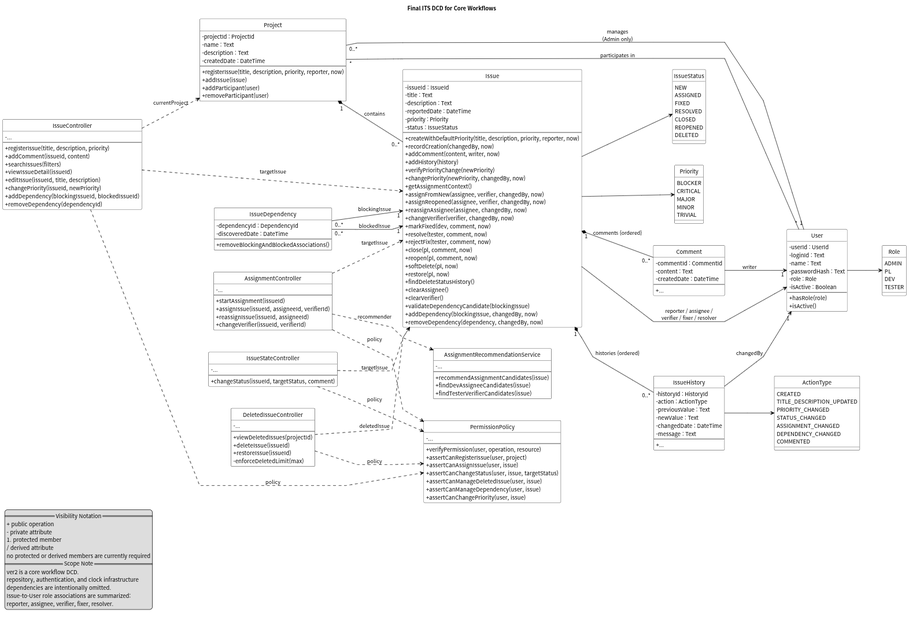
The PlantUML diagram docs/dcd/its_dcd_ver2.png in marcellokim/se-issue-tracker, before a commit. Its source is kept beside it as docs/dcd/its_dcd_ver2.puml.
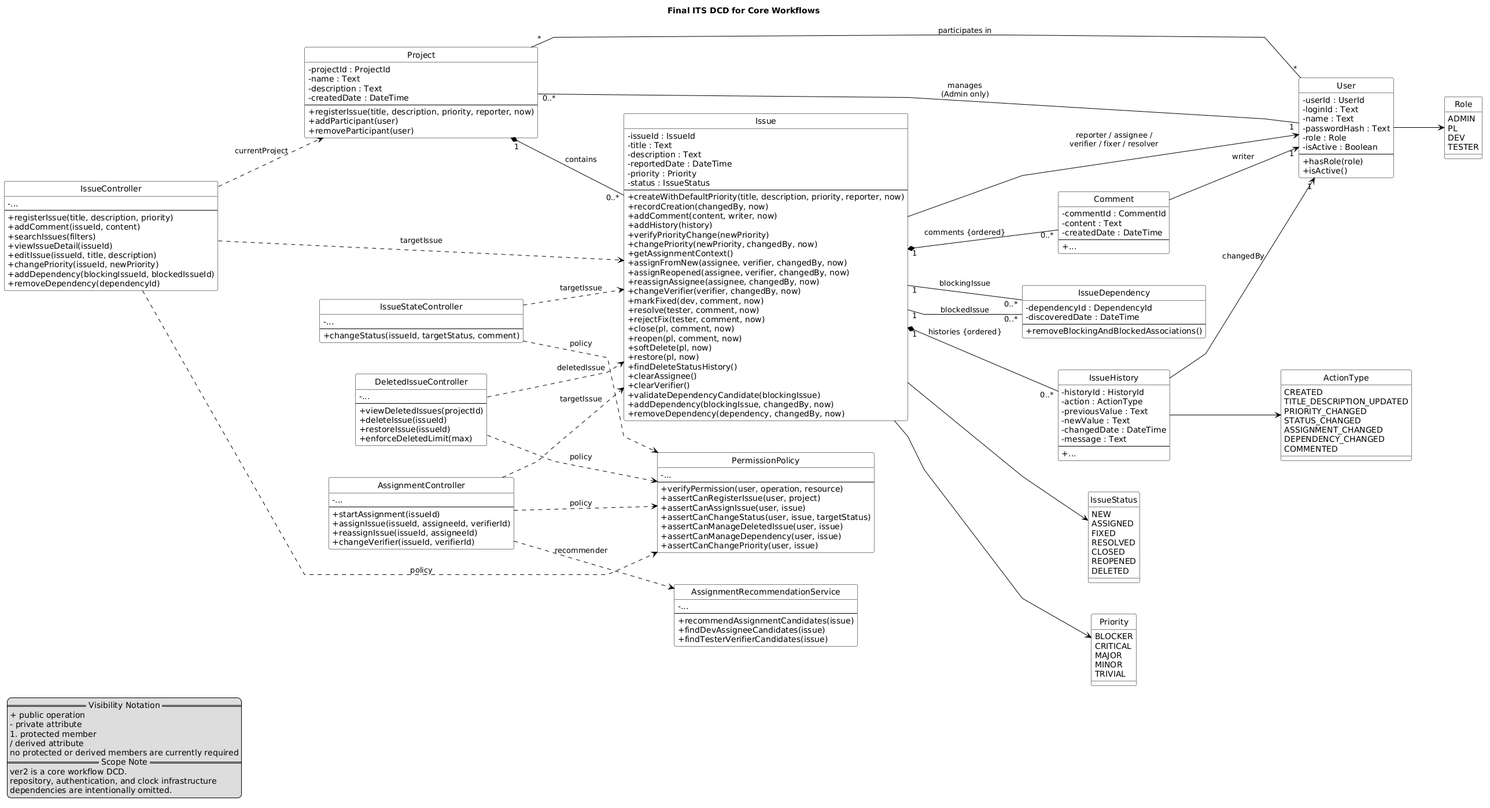
The same file after the commit.

Commit message:
[feature] #16 완료 / [docs] DCD 수정(Project deletion / project-issue cascade)

What changed in the source:
```diff
@@ -29,8 +29,6 @@
   ver2 is a core workflow DCD.
   repository, authentication, and clock infrastructure
   dependencies are intentionally omitted.
-  Issue-to-User role associations are summarized:
-  reporter, assignee, verifier, fixer, resolver.
 endlegend
 
 class Project {
@@ -40,7 +38,6 @@
   - createdDate : DateTime
   --
   + registerIssue(title, description, priority, reporter, now)
-  + addIssue(issue)
   + addParticipant(user)
   + removeParticipant(user)
 }
@@ -79,7 +76,7 @@
   + viewDeletedIssues(projectId)
   + deleteIssue(issueId)
   + restoreIssue(issueId)
-  - enforceDeletedLimit(max)
+  + enforceDeletedLimit(max)
 }
 
 class PermissionPolicy {
@@ -230,8 +227,8 @@
 Issue "1" *-- "0..*" Comment : comments {ordered}
 Issue "1" *-- "0..*" IssueHistory : histories {ordered}
 
-IssueDependency "0..*" --> "1" Issue : blockingIssue
-IssueDependency "0..*" --> "1" Issue : blockedIssue
+Issue "1" -- "0..*" IssueDependency : blockingIssue
+Issue "1" -- "0..*" IssueDependency : blockedIssue
 
 Issue --> User : reporter / assignee /\nverifier / fixer / resolver
 
```
